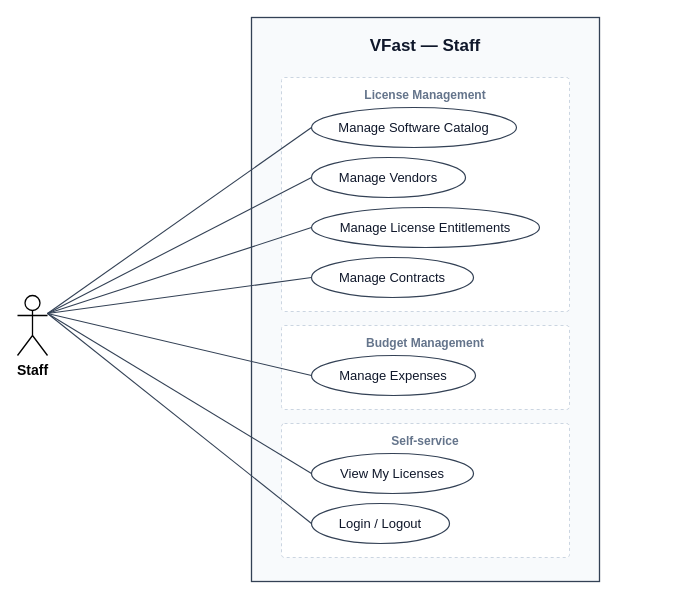
Before: docs/diagrams/out/uc_staff.drawio in cuonglpv/VFast, a draw.io diagram. Source tidied: cells renumbered, new cells numbered last; positions are measured from the earlier drawing's top-left corner, leaving out a move shared by most shapes. Both pictures are drawn from the tidied source at 100%, with x=0, y=0 at pixel (17, 17).
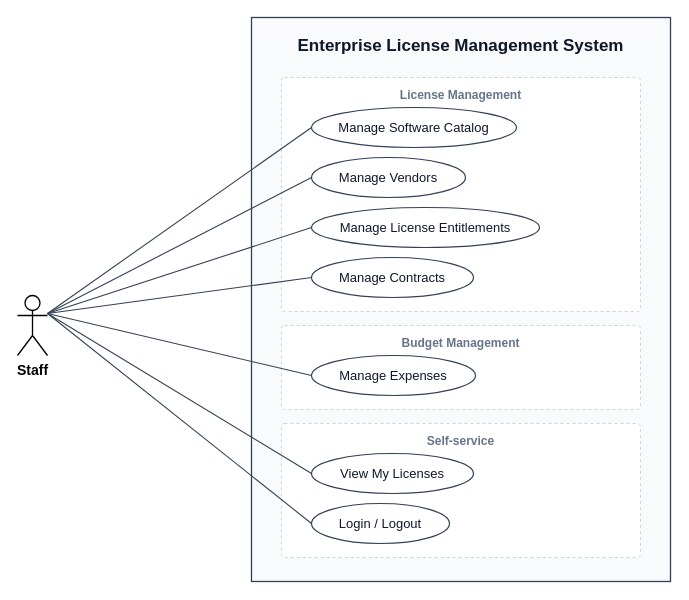
Above is the later version.

The edit, as a diff of the source:
```diff
@@
-    <mxCell id="2" value="VFast — Staff" style="rounded=0;whiteSpace=wrap;html=1;fillColor=#F8FAFC;strokeColor=#334155;strokeWidth=1.3;verticalAlign=top;fontSize=17;fontStyle=1;fontColor=#0f172a;spacingTop=12;fontFamily=Arial;" parent="1" vertex="1">
-      <mxGeometry x="234" width="348" height="564" as="geometry" />
+    <mxCell id="2" value="Enterprise License Management System" style="rounded=0;whiteSpace=wrap;html=1;fillColor=#F8FAFC;strokeColor=#334155;strokeWidth=1.3;verticalAlign=top;fontSize=17;fontStyle=1;fontColor=#0f172a;spacingTop=12;fontFamily=Arial;" parent="1" vertex="1">
+      <mxGeometry x="234" width="419" height="564" as="geometry" />
     </mxCell>
     <mxCell id="3" value="License Management" style="rounded=1;arcSize=6;absoluteArcSize=1;whiteSpace=wrap;html=1;fillColor=#ffffff;strokeColor=#CBD5E1;dashed=1;strokeWidth=1;verticalAlign=top;align=center;spacingTop=4;fontSize=12;fontStyle=1;fontColor=#64748B;fontFamily=Arial;" parent="1" vertex="1">
-      <mxGeometry x="264" y="60" width="288" height="234" as="geometry" />
+      <mxGeometry x="264" y="60" width="359" height="234" as="geometry" />
     </mxCell>
     <mxCell id="4" value="Budget Management" style="rounded=1;arcSize=6;absoluteArcSize=1;whiteSpace=wrap;html=1;fillColor=#ffffff;strokeColor=#CBD5E1;dashed=1;strokeWidth=1;verticalAlign=top;align=center;spacingTop=4;fontSize=12;fontStyle=1;fontColor=#64748B;fontFamily=Arial;" parent="1" vertex="1">
-      <mxGeometry x="264" y="308" width="288" height="84" as="geometry" />
+      <mxGeometry x="264" y="308" width="359" height="84" as="geometry" />
     </mxCell>
     <mxCell id="5" value="Self-service" style="rounded=1;arcSize=6;absoluteArcSize=1;whiteSpace=wrap;html=1;fillColor=#ffffff;strokeColor=#CBD5E1;dashed=1;strokeWidth=1;verticalAlign=top;align=center;spacingTop=4;fontSize=12;fontStyle=1;fontColor=#64748B;fontFamily=Arial;" parent="1" vertex="1">
-      <mxGeometry x="264" y="406" width="288" height="134" as="geometry" />
+      <mxGeometry x="264" y="406" width="359" height="134" as="geometry" />
     </mxCell>
```
